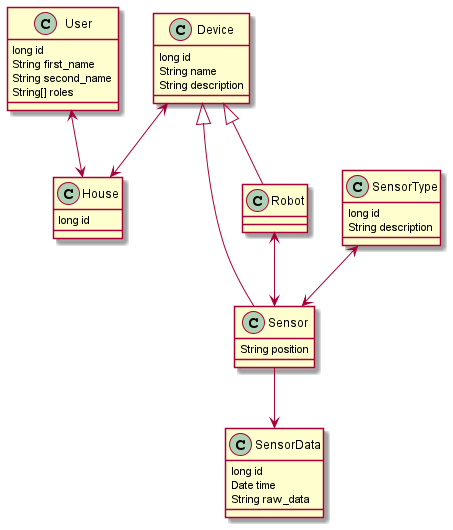
Before: cloud/docs/figs/db.png, a diagram exported from PlantUML (pstlab/sir_telepresence).
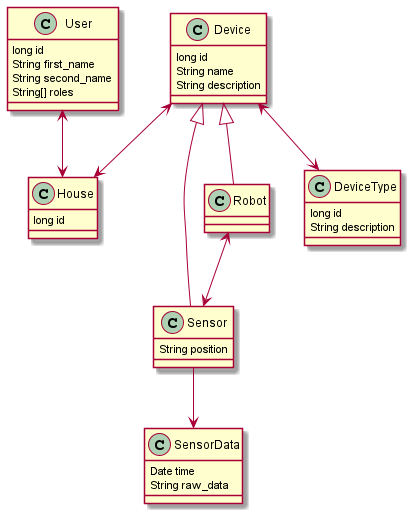
Above is the later version.

Diff of the diagram source:
```diff
@@ -25,12 +25,11 @@
 }
 
 class SensorData {
-    long id
     Date time
     String raw_data
 }
 
-class SensorType {
+class DeviceType {
     long id
     String description
 }
@@ -39,8 +38,8 @@
 Device <--> House
 Device <|-- Sensor
 Device <|-- Robot
+Device <--> DeviceType
 Robot <--> Sensor
-SensorType <--> Sensor
 Sensor --> SensorData
 
 @enduml
```
